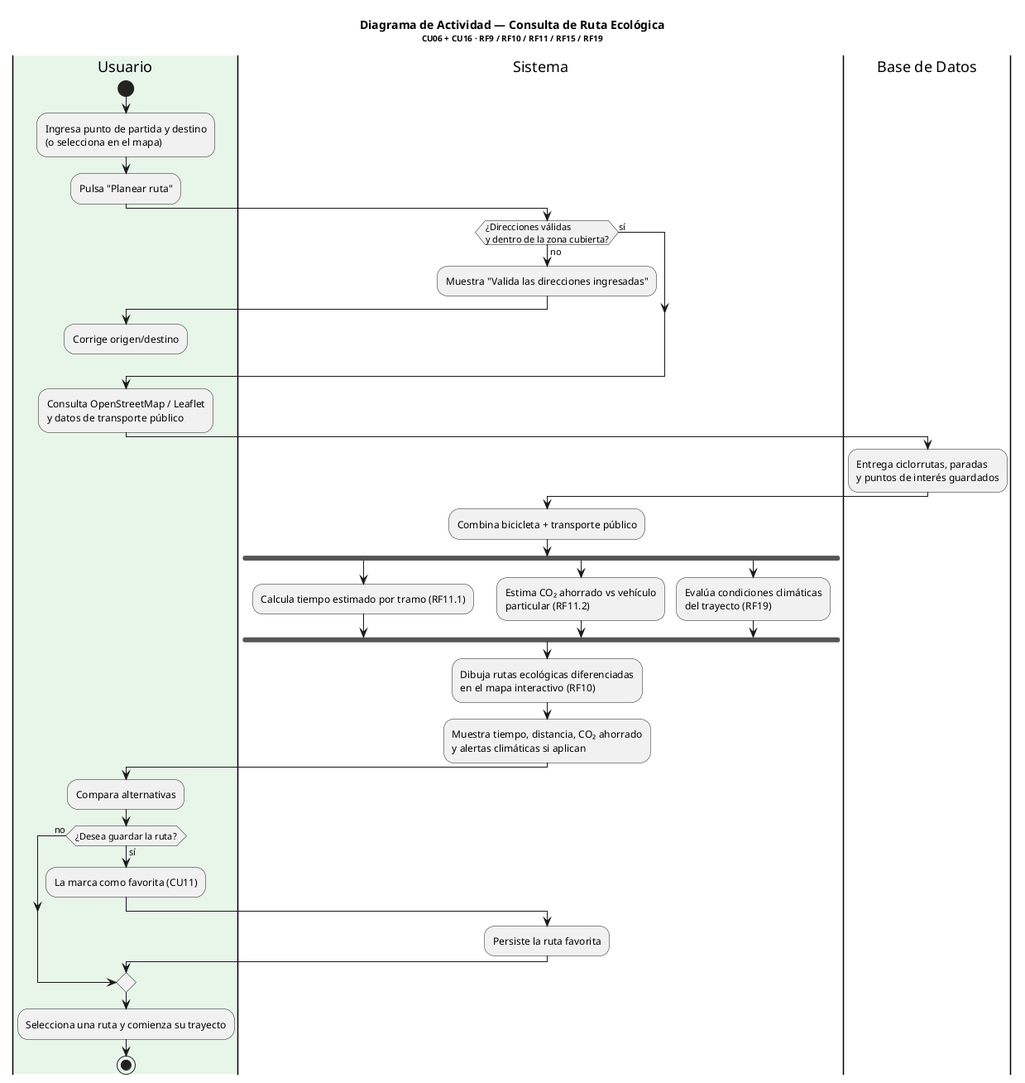
Before: documents/diagramas-actividad/Actividad_ConsultaRuta.png, a diagram exported from PlantUML (daniel2004-lsd/EcoRuteando).
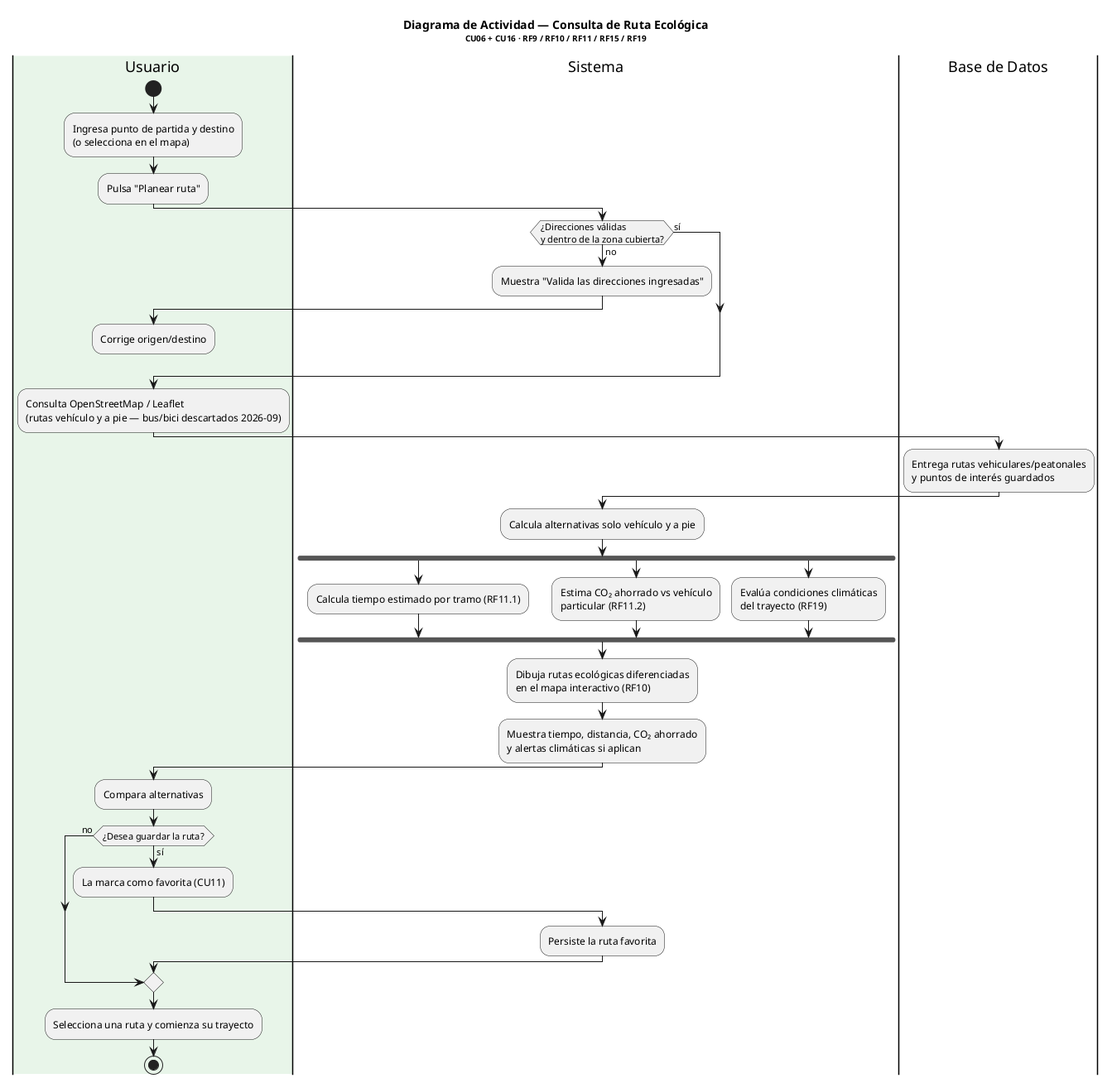
The same diagram one commit later.

Change to the diagram source:
```diff
@@ -1,5 +1,4 @@
 @startuml Actividad_ConsultaRuta
-!pragma layout smetana
 title <b>Diagrama de Actividad — Consulta de Ruta Ecológica</b>\n<size:10>CU06 + CU16 · RF9 / RF10 / RF11 / RF15 / RF19</size>
 
 |#E8F5E9|Usuario|
@@ -16,13 +15,13 @@
 else (sí)
 endif
 
-:Consulta OpenStreetMap / Leaflet\ny datos de transporte público;
+:Consulta OpenStreetMap / Leaflet\n(rutas vehículo y a pie — bus/bici descartados 2026-09);
 
 |Base de Datos|
-:Entrega ciclorrutas, paradas\ny puntos de interés guardados;
+:Entrega rutas vehiculares/peatonales\ny puntos de interés guardados;
 
 |Sistema|
-:Combina bicicleta + transporte público;
+:Calcula alternativas solo vehículo y a pie;
 fork
   :Calcula tiempo estimado por tramo (RF11.1);
 fork again
```
